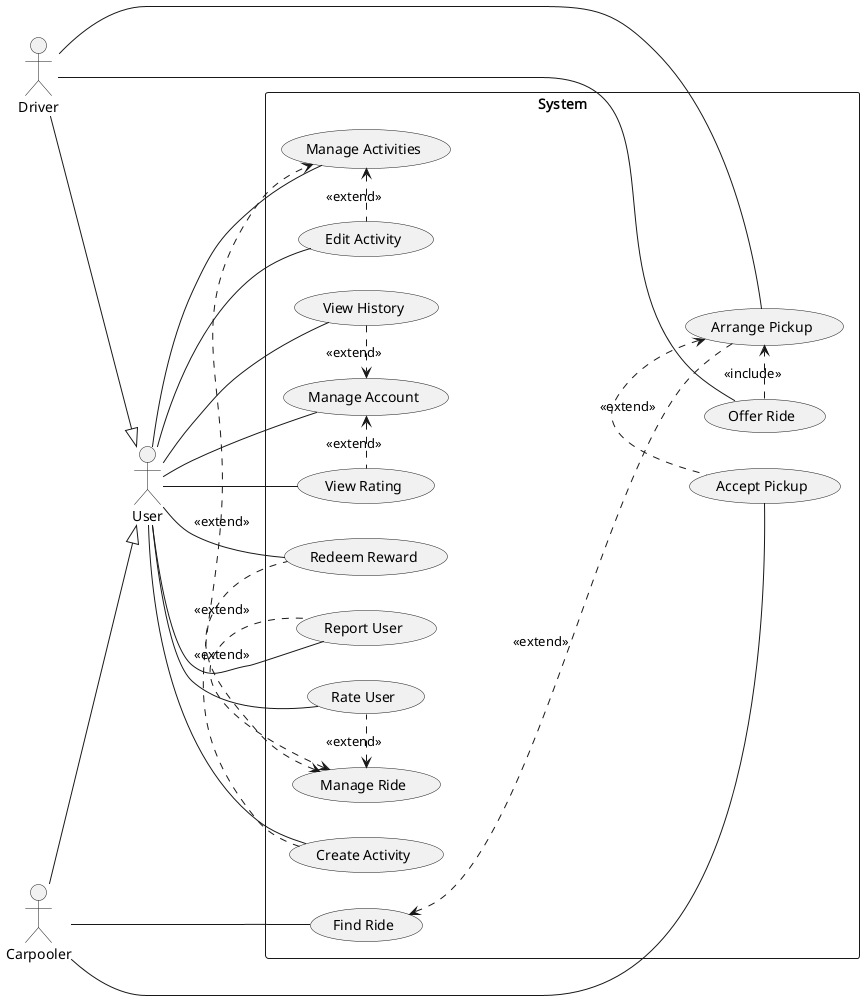
The PlantUML diagram images/uml/use-cases.png in YannisRavasopoulos/ProjectSD_S6, before a commit.
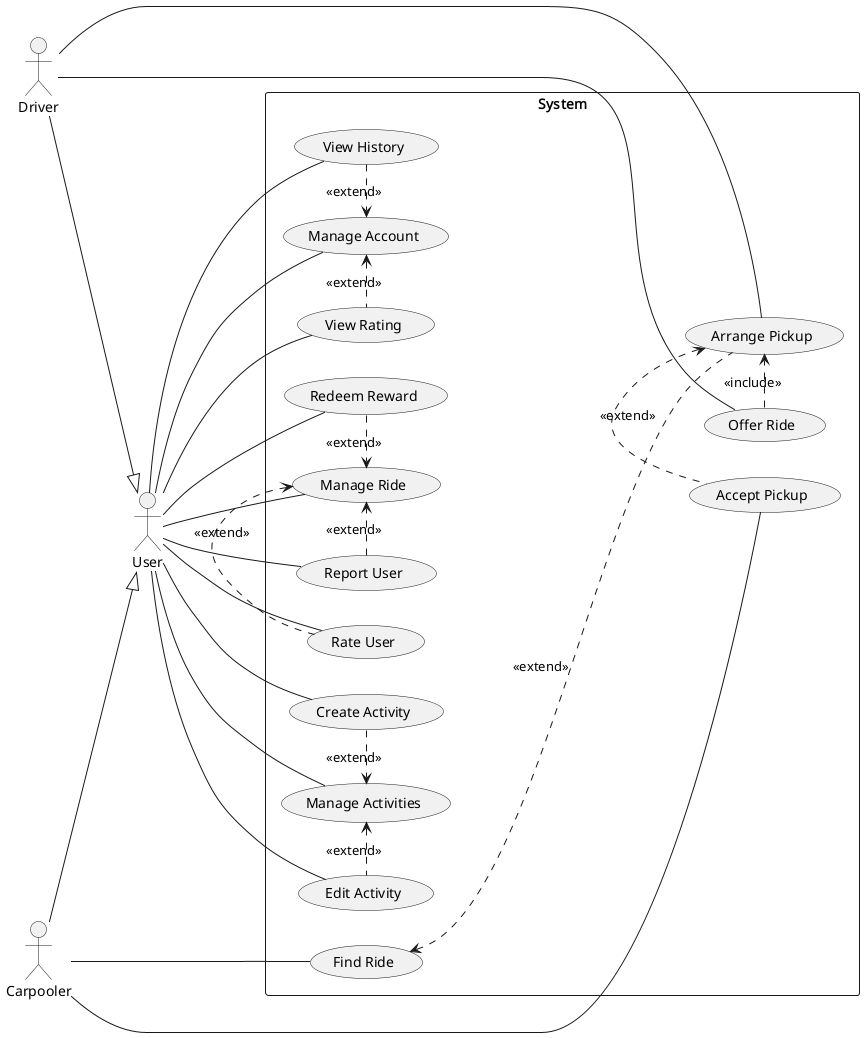
The same file after the commit.

The edit, as a diff of the source:
```diff
@@ -10,8 +10,8 @@
 left to right direction
 
 rectangle "System" {
+    usecase "Create Activity"
     usecase "Manage Activities"
-    usecase "Create Activity"
     usecase "Edit Activity"
 
     usecase "Manage Account"
@@ -59,8 +59,10 @@
 
 "Offer Ride" .> "Arrange Pickup": "<<include>>"
 
-"Manage Ride" <. "Redeem Reward": "<<extend>>"
-"Manage Ride" <. "Report User": "<<extend>>"
-"Manage Ride" <. "Rate User": "<<extend>>"
+"Manage Ride" <.-left- "Redeem Reward": "<<extend>>"
+"Manage Ride" <.-left- "Report User": "<<extend>>"
+"Manage Ride" <.-right- "Rate User": "<<extend>>"
+
+User -- "Manage Ride"
 
 @enduml
```
